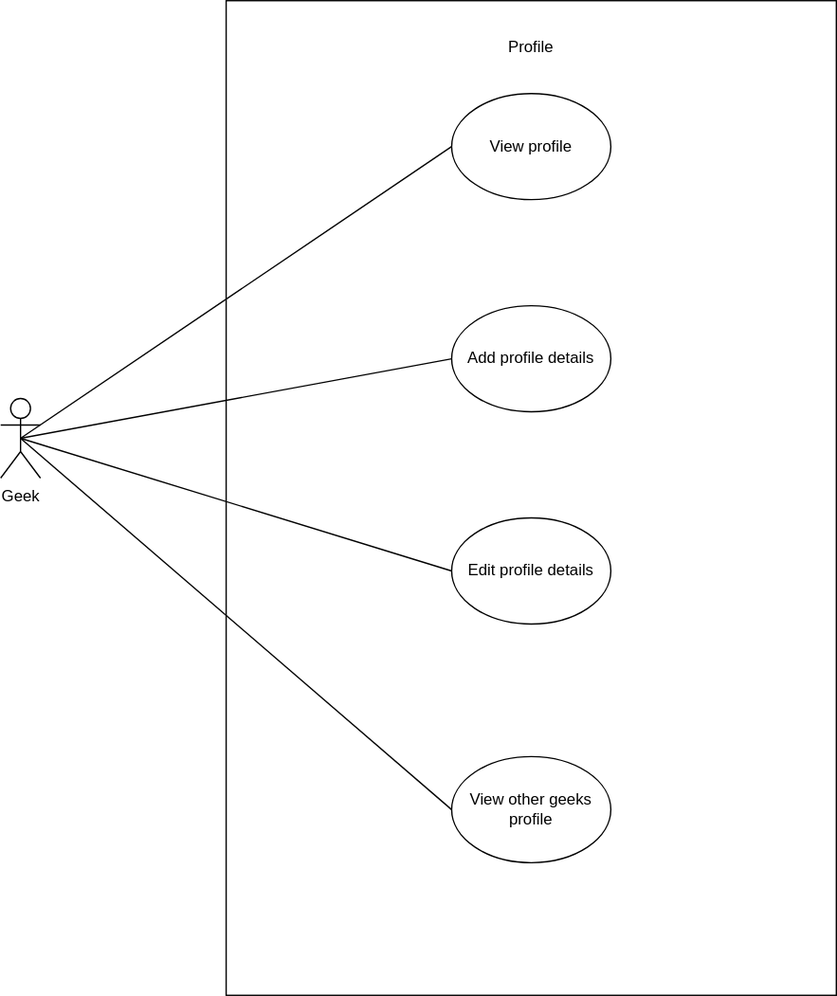
Before: Deliverable1/UsecaseDiagrams/Profile.drawio.svg, a diagram exported from draw.io (tshegofatso-motlhakane/Geeks-Chat). Source tidied: cells renumbered, new cells last; positions are measured from the earlier drawing's top-left corner, leaving out a move shared by most shapes. The source it was exported from:
```xml
<mxGraphModel>
  <root>
    <mxCell id="0" />
    <mxCell id="1" parent="0" />
    <mxCell id="2" style="rounded=0;whiteSpace=wrap;html=1;" parent="1" vertex="1">
      <mxGeometry x="170" width="460" height="750" as="geometry" />
    </mxCell>
    <mxCell id="3" value="Geek" style="shape=umlActor;verticalLabelPosition=bottom;verticalAlign=top;html=1;outlineConnect=0;" parent="1" vertex="1">
      <mxGeometry y="300" width="30" height="60" as="geometry" />
    </mxCell>
    <mxCell id="4" value="Profile" style="text;html=1;strokeColor=none;fillColor=none;align=center;verticalAlign=middle;whiteSpace=wrap;rounded=0;" parent="1" vertex="1">
      <mxGeometry x="370" y="20" width="60" height="30" as="geometry" />
    </mxCell>
    <mxCell id="5" value="Add profile details" style="ellipse;whiteSpace=wrap;html=1;" parent="1" vertex="1">
      <mxGeometry x="340" y="230" width="120" height="80" as="geometry" />
    </mxCell>
    <mxCell id="6" value="Edit profile details" style="ellipse;whiteSpace=wrap;html=1;" parent="1" vertex="1">
      <mxGeometry x="340" y="390" width="120" height="80" as="geometry" />
    </mxCell>
    <mxCell id="7" value="View other geeks profile" style="ellipse;whiteSpace=wrap;html=1;" parent="1" vertex="1">
      <mxGeometry x="340" y="570" width="120" height="80" as="geometry" />
    </mxCell>
    <mxCell id="8" value="View profile" style="ellipse;whiteSpace=wrap;html=1;" parent="1" vertex="1">
      <mxGeometry x="340" y="70" width="120" height="80" as="geometry" />
    </mxCell>
    <mxCell id="9" style="endArrow=none;html=1;rounded=0;exitX=0.5;exitY=0.5;exitDx=0;exitDy=0;exitPerimeter=0;entryX=0;entryY=0.5;entryDx=0;entryDy=0;" parent="1" edge="1" source="3" target="5">
      <mxGeometry relative="1" as="geometry" />
    </mxCell>
    <mxCell id="10" style="endArrow=none;html=1;rounded=0;exitX=0.5;exitY=0.5;exitDx=0;exitDy=0;exitPerimeter=0;entryX=0;entryY=0.5;entryDx=0;entryDy=0;" parent="1" edge="1" source="3" target="6">
      <mxGeometry relative="1" as="geometry" />
    </mxCell>
    <mxCell id="11" style="endArrow=none;html=1;rounded=0;exitX=0.5;exitY=0.5;exitDx=0;exitDy=0;exitPerimeter=0;entryX=0;entryY=0.5;entryDx=0;entryDy=0;" parent="1" edge="1" source="3" target="7">
      <mxGeometry relative="1" as="geometry" />
    </mxCell>
    <mxCell id="12" style="endArrow=none;html=1;rounded=0;entryX=0;entryY=0.5;entryDx=0;entryDy=0;exitX=0.5;exitY=0.5;exitDx=0;exitDy=0;exitPerimeter=0;" parent="1" edge="1" source="3" target="8">
      <mxGeometry relative="1" as="geometry" />
    </mxCell>
  </root>
</mxGraphModel>
```
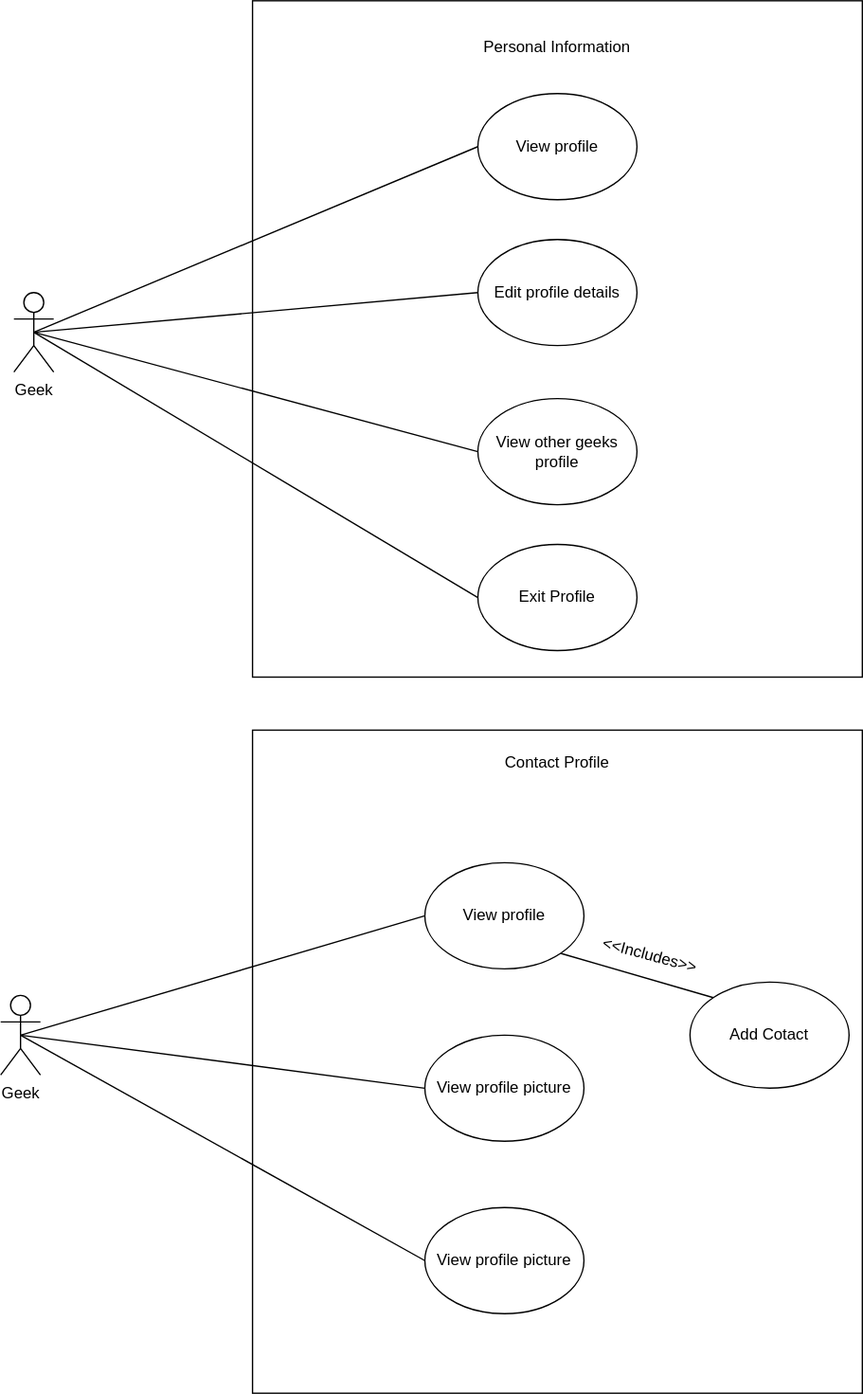
Above is the later version.

The edit, as a diff of the source:
```diff
@@ -3,29 +3,23 @@
     <mxCell id="0" />
     <mxCell id="1" parent="0" />
     <mxCell id="2" style="rounded=0;whiteSpace=wrap;html=1;" parent="1" vertex="1">
-      <mxGeometry x="170" width="460" height="750" as="geometry" />
+      <mxGeometry x="170" y="-30" width="460" height="510" as="geometry" />
     </mxCell>
     <mxCell id="3" value="Geek" style="shape=umlActor;verticalLabelPosition=bottom;verticalAlign=top;html=1;outlineConnect=0;" parent="1" vertex="1">
-      <mxGeometry y="300" width="30" height="60" as="geometry" />
+      <mxGeometry x="-10" y="190" width="30" height="60" as="geometry" />
     </mxCell>
-    <mxCell id="4" value="Profile" style="text;html=1;strokeColor=none;fillColor=none;align=center;verticalAlign=middle;whiteSpace=wrap;rounded=0;" parent="1" vertex="1">
-      <mxGeometry x="370" y="20" width="60" height="30" as="geometry" />
+    <mxCell id="4" value="Personal Information" style="text;html=1;strokeColor=none;fillColor=none;align=center;verticalAlign=middle;whiteSpace=wrap;rounded=0;" parent="1" vertex="1">
+      <mxGeometry x="340" y="-10" width="120" height="30" as="geometry" />
     </mxCell>
-    <mxCell id="5" value="Add profile details" style="ellipse;whiteSpace=wrap;html=1;" parent="1" vertex="1">
-      <mxGeometry x="340" y="230" width="120" height="80" as="geometry" />
-    </mxCell>
     <mxCell id="6" value="Edit profile details" style="ellipse;whiteSpace=wrap;html=1;" parent="1" vertex="1">
-      <mxGeometry x="340" y="390" width="120" height="80" as="geometry" />
+      <mxGeometry x="340" y="150" width="120" height="80" as="geometry" />
     </mxCell>
     <mxCell id="7" value="View other geeks profile" style="ellipse;whiteSpace=wrap;html=1;" parent="1" vertex="1">
-      <mxGeometry x="340" y="570" width="120" height="80" as="geometry" />
+      <mxGeometry x="340" y="270" width="120" height="80" as="geometry" />
     </mxCell>
     <mxCell id="8" value="View profile" style="ellipse;whiteSpace=wrap;html=1;" parent="1" vertex="1">
-      <mxGeometry x="340" y="70" width="120" height="80" as="geometry" />
+      <mxGeometry x="340" y="40" width="120" height="80" as="geometry" />
     </mxCell>
-    <mxCell id="9" style="endArrow=none;html=1;rounded=0;exitX=0.5;exitY=0.5;exitDx=0;exitDy=0;exitPerimeter=0;entryX=0;entryY=0.5;entryDx=0;entryDy=0;" parent="1" edge="1" source="3" target="5">
-      <mxGeometry relative="1" as="geometry" />
-    </mxCell>
     <mxCell id="10" style="endArrow=none;html=1;rounded=0;exitX=0.5;exitY=0.5;exitDx=0;exitDy=0;exitPerimeter=0;entryX=0;entryY=0.5;entryDx=0;entryDy=0;" parent="1" edge="1" source="3" target="6">
       <mxGeometry relative="1" as="geometry" />
     </mxCell>
@@ -35,5 +29,47 @@
     <mxCell id="12" style="endArrow=none;html=1;rounded=0;entryX=0;entryY=0.5;entryDx=0;entryDy=0;exitX=0.5;exitY=0.5;exitDx=0;exitDy=0;exitPerimeter=0;" parent="1" edge="1" source="3" target="8">
       <mxGeometry relative="1" as="geometry" />
     </mxCell>
+    <mxCell id="13" style="rounded=0;whiteSpace=wrap;html=1;" parent="1" vertex="1">
+      <mxGeometry x="170" y="520" width="460" height="500" as="geometry" />
+    </mxCell>
+    <mxCell id="14" value="Geek" style="shape=umlActor;verticalLabelPosition=bottom;verticalAlign=top;html=1;outlineConnect=0;" parent="1" vertex="1">
+      <mxGeometry x="-20" y="720" width="30" height="60" as="geometry" />
+    </mxCell>
+    <mxCell id="15" value="Contact Profile" style="text;html=1;strokeColor=none;fillColor=none;align=center;verticalAlign=middle;whiteSpace=wrap;rounded=0;" parent="1" vertex="1">
+      <mxGeometry x="340" y="530" width="120" height="30" as="geometry" />
+    </mxCell>
+    <mxCell id="16" value="Add Cotact" style="ellipse;whiteSpace=wrap;html=1;" parent="1" vertex="1">
+      <mxGeometry x="500" y="710" width="120" height="80" as="geometry" />
+    </mxCell>
+    <mxCell id="17" value="View profile" style="ellipse;whiteSpace=wrap;html=1;" parent="1" vertex="1">
+      <mxGeometry x="300" y="620" width="120" height="80" as="geometry" />
+    </mxCell>
+    <mxCell id="18" style="endArrow=none;html=1;rounded=0;entryX=0;entryY=0.5;entryDx=0;entryDy=0;exitX=0.5;exitY=0.5;exitDx=0;exitDy=0;exitPerimeter=0;" parent="1" edge="1" source="14" target="17">
+      <mxGeometry relative="1" as="geometry" />
+    </mxCell>
+    <mxCell id="19" style="endArrow=none;html=1;rounded=0;entryX=0;entryY=0;entryDx=0;entryDy=0;exitX=1;exitY=1;exitDx=0;exitDy=0;" parent="1" edge="1" source="17" target="16">
+      <mxGeometry relative="1" as="geometry" />
+    </mxCell>
+    <mxCell id="20" value="&amp;lt;&amp;lt;Includes&amp;gt;&amp;gt;" style="text;html=1;strokeColor=none;fillColor=none;align=center;verticalAlign=middle;whiteSpace=wrap;rounded=0;rotation=15;" parent="1" vertex="1">
+      <mxGeometry x="440" y="675" width="60" height="30" as="geometry" />
+    </mxCell>
+    <mxCell id="21" value="View profile picture" style="ellipse;whiteSpace=wrap;html=1;" parent="1" vertex="1">
+      <mxGeometry x="300" y="750" width="120" height="80" as="geometry" />
+    </mxCell>
+    <mxCell id="22" style="endArrow=none;html=1;rounded=0;entryX=0;entryY=0.5;entryDx=0;entryDy=0;exitX=0.5;exitY=0.5;exitDx=0;exitDy=0;exitPerimeter=0;" parent="1" edge="1" source="14" target="21">
+      <mxGeometry relative="1" as="geometry" />
+    </mxCell>
+    <mxCell id="23" value="Exit Profile" style="ellipse;whiteSpace=wrap;html=1;" parent="1" vertex="1">
+      <mxGeometry x="340" y="380" width="120" height="80" as="geometry" />
+    </mxCell>
+    <mxCell id="24" style="endArrow=none;html=1;rounded=0;exitX=0.5;exitY=0.5;exitDx=0;exitDy=0;exitPerimeter=0;entryX=0;entryY=0.5;entryDx=0;entryDy=0;" parent="1" edge="1" source="3" target="23">
+      <mxGeometry relative="1" as="geometry" />
+    </mxCell>
+    <mxCell id="25" value="View profile picture" style="ellipse;whiteSpace=wrap;html=1;" parent="1" vertex="1">
+      <mxGeometry x="300" y="880" width="120" height="80" as="geometry" />
+    </mxCell>
+    <mxCell id="26" style="endArrow=none;html=1;rounded=0;entryX=0;entryY=0.5;entryDx=0;entryDy=0;exitX=0.5;exitY=0.5;exitDx=0;exitDy=0;exitPerimeter=0;" parent="1" edge="1" source="14" target="25">
+      <mxGeometry relative="1" as="geometry" />
+    </mxCell>
   </root>
 </mxGraphModel>
```
